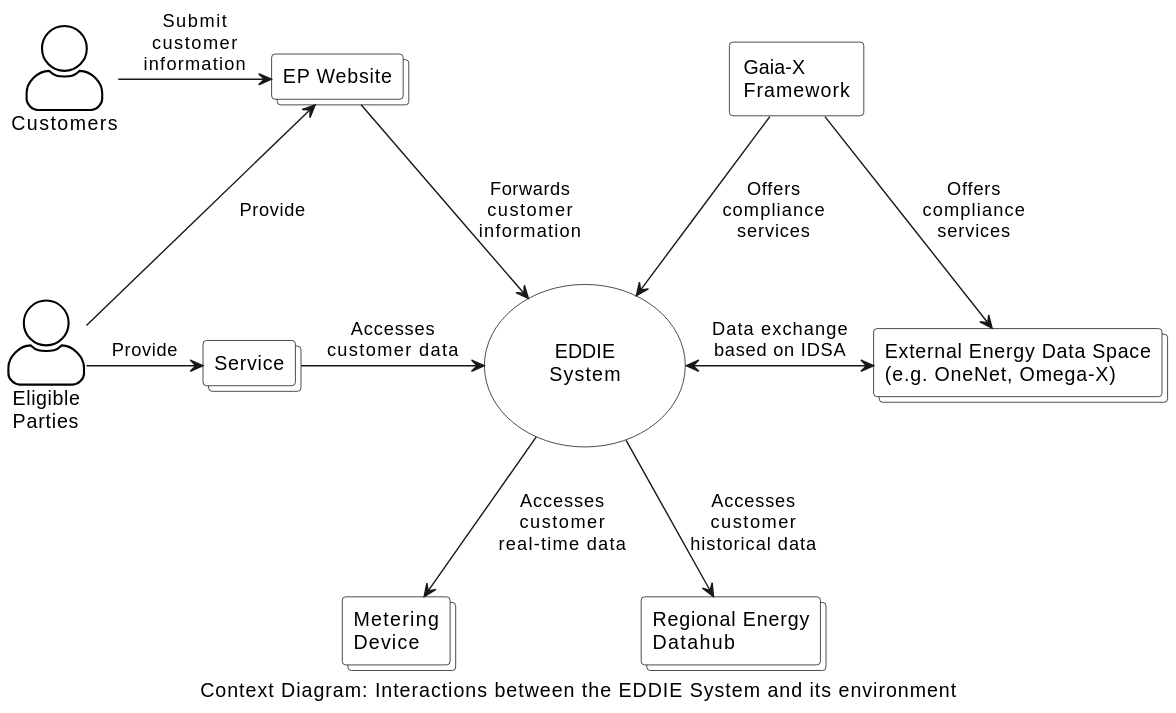
Before: arc42/system-scope-and-context/figures/context-diagram-dataspace.svg, a diagram exported from PlantUML (eddie-energy/architecture).
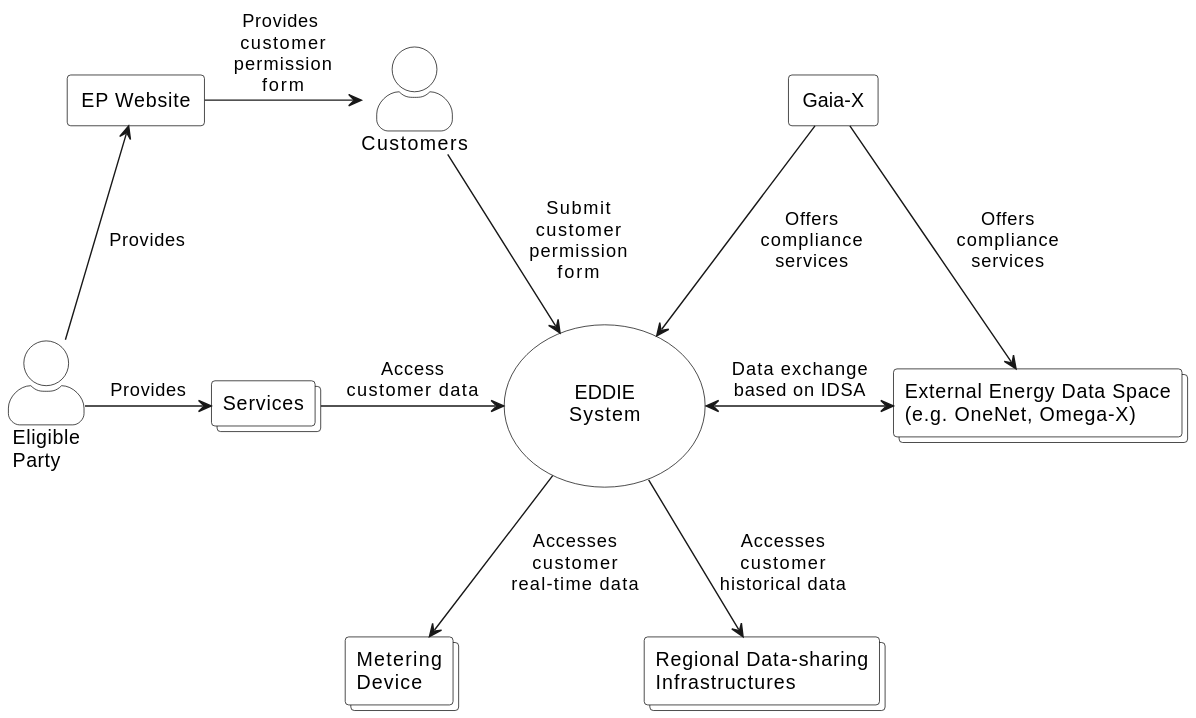
After the commit.

Commit message:
update the system scope section #90

Diff of the diagram source:
```diff
@@ -1,5 +1,4 @@
-@startuml context-diagram-dataspace
-caption Context Diagram: Interactions between the EDDIE System and its environment
+@startuml
 
 skinparam usecase {
   BorderColor black
@@ -19,15 +18,15 @@
   BackgroundColor white
 }
 
-rectangle "Gaia-X\nFramework" as gaiaX
+rectangle "Gaia-X" as gaiaX
 collections "External Energy Data Space\n(e.g. OneNet, Omega-X)" as dataSpaces
 usecase "\n\nEDDIE\nSystem\n\n" as eddie
 collections "Metering\nDevice" as smartMeter
-collections "Regional Energy\nDatahub" as regionalData
-collections "EP Website" as website
-collections "Service" as service
+collections "Regional Data-sharing\nInfrastructures" as regionalData
+rectangle "EP Website" as website
+collections "Services" as service
 
-actor "Eligible\nParties" as ep
+actor "Eligible\nParty" as ep
 actor "Customers" as customer
 
 gaiaX -down-> eddie : Offers\ncompliance\nservices
@@ -35,17 +34,16 @@
 
 eddie <-right-> dataSpaces : Data exchange\nbased on IDSA
 
-service -right-> eddie : Accesses\ncustomer data
+service -right-> eddie : Access\ncustomer data
 eddie -down-> regionalData : Accesses\ncustomer\nhistorical data
 eddie -down-> smartMeter : Accesses\ncustomer\nreal-time data
-website -right-> eddie : Forwards\ncustomer\ninformation
 smartMeter -[hidden] regionalData : \t\t\t
-website -[hidden] gaiaX : \t\t\t\t\t\t
 
 
-ep -right-> service : Provide
-ep -up-> website : Provide
+ep -right-> service : Provides
+ep -up-> website : Provides
 
-customer -right-> website : Submit\ncustomer\ninformation
-
+website -right-> customer : Provides \ncustomer\npermission\nform
+customer -down-> eddie : Submit\ncustomer\npermission\nform
+customer -[hidden]right- gaiaX : \t\t\t\t\t\t
 @enduml
```
